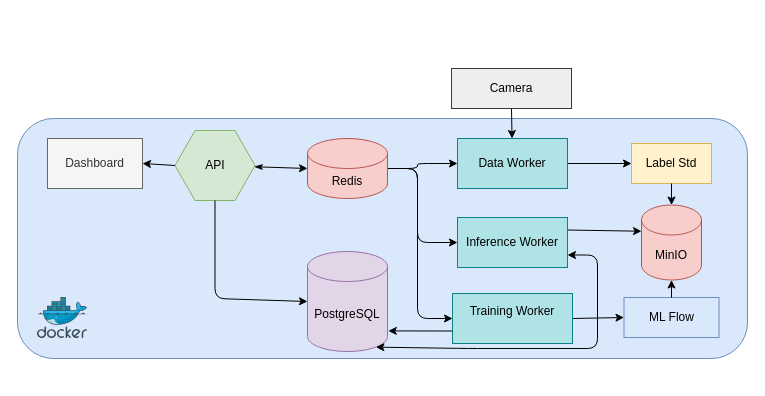
kkshaolin/Seafood keeps this draw.io diagram as diagrams/mini.drawio. Above is the earlier version. Source tidied: cells renumbered, new cells numbered last; positions are measured from the earlier drawing's top-left corner, leaving out a move shared by most shapes. Both pictures are drawn from the tidied source at 100%, with x=0, y=0 at pixel (17, 68).
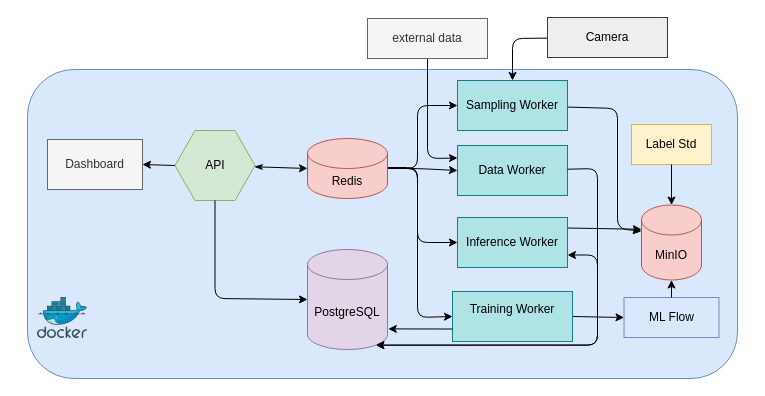
The same page after the edit.

The change refers to these unchanged cells:
```xml
<mxCell id="8" value="Redis" style="shape=cylinder3;whiteSpace=wrap;html=1;boundedLbl=1;backgroundOutline=1;size=15;fillColor=#f8cecc;strokeColor=#b85450;" parent="1" vertex="1">
  <mxGeometry x="290" y="70" width="80" height="60" as="geometry" />
</mxCell>
<mxCell id="13" value="MinIO" style="shape=cylinder3;whiteSpace=wrap;html=1;boundedLbl=1;backgroundOutline=1;size=15;fillColor=#f8cecc;strokeColor=#b85450;" parent="1" vertex="1">
  <mxGeometry x="624" y="136.5" width="60" height="75" as="geometry" />
</mxCell>
<mxCell id="18" value="Inference Worker" style="rounded=0;whiteSpace=wrap;html=1;fillColor=#b0e3e6;strokeColor=#0e8088;" parent="1" vertex="1">
  <mxGeometry x="440" y="149" width="110" height="50" as="geometry" />
</mxCell>
```

Diff of the diagram source:
```diff
@@
     <mxCell id="2" style="rounded=1;whiteSpace=wrap;html=1;fillColor=#dae8fc;strokeColor=#6c8ebf;" parent="1" vertex="1">
-      <mxGeometry y="50" width="730" height="240" as="geometry" />
+      <mxGeometry x="10" y="1" width="710" height="309" as="geometry" />
     </mxCell>
     <mxCell id="3" value="Dashboard" style="rounded=0;whiteSpace=wrap;html=1;fillColor=#f5f5f5;fontColor=#333333;strokeColor=#666666;" parent="1" vertex="1">
-      <mxGeometry x="30" y="70" width="95" height="50" as="geometry" />
+      <mxGeometry x="30" y="71" width="95" height="50" as="geometry" />
     </mxCell>
@@
     <mxCell id="5" style="edgeStyle=none;html=1;entryX=0;entryY=0.5;entryDx=0;entryDy=0;" parent="1" edge="1" source="8" target="15">
       <mxGeometry relative="1" as="geometry">
         <Array as="points">
           <mxPoint x="400" y="100" />
-          <mxPoint x="400" y="95" />
         </Array>
       </mxGeometry>
     </mxCell>
+    <mxCell id="7" style="edgeStyle=none;html=1;exitX=1;exitY=0.5;exitDx=0;exitDy=0;exitPerimeter=0;entryX=0;entryY=0.5;entryDx=0;entryDy=0;" parent="1" edge="1" target="17">
+      <mxGeometry relative="1" as="geometry">
+        <mxPoint x="370" y="99" as="sourcePoint" />
+        <Array as="points">
+          <mxPoint x="400" y="99" />
+          <mxPoint x="400" y="249" />
+        </Array>
+      </mxGeometry>
+    </mxCell>
+    <mxCell id="29" style="edgeStyle=none;html=1;exitX=1;exitY=0.5;exitDx=0;exitDy=0;exitPerimeter=0;entryX=0;entryY=0.5;entryDx=0;entryDy=0;" parent="1" edge="1" source="8" target="33">
+      <mxGeometry relative="1" as="geometry">
+        <Array as="points">
+          <mxPoint x="400" y="100" />
+          <mxPoint x="400" y="37" />
+        </Array>
+      </mxGeometry>
+    </mxCell>
-    <mxCell id="6" style="edgeStyle=none;html=1;entryX=0;entryY=0.5;entryDx=0;entryDy=0;" parent="1" edge="1" source="8" target="18">
+    <mxCell id="6" style="edgeStyle=none;html=1;exitX=1;exitY=0.5;exitDx=0;exitDy=0;exitPerimeter=0;entryX=0;entryY=0.5;entryDx=0;entryDy=0;" parent="1" edge="1" source="8" target="18">
       <mxGeometry relative="1" as="geometry">
         <Array as="points">
           <mxPoint x="400" y="100" />
           <mxPoint x="400" y="174" />
         </Array>
       </mxGeometry>
     </mxCell>
-    <mxCell id="7" style="edgeStyle=none;html=1;exitX=1;exitY=0.5;exitDx=0;exitDy=0;exitPerimeter=0;entryX=0;entryY=0.5;entryDx=0;entryDy=0;" parent="1" edge="1" source="8" target="17">
-      <mxGeometry relative="1" as="geometry">
-        <Array as="points">
-          <mxPoint x="400" y="100" />
-          <mxPoint x="400" y="250" />
-        </Array>
-      </mxGeometry>
-    </mxCell>
@@
-    <mxCell id="9" style="edgeStyle=none;html=1;exitX=0.5;exitY=1;exitDx=0;exitDy=0;" parent="1" edge="1" source="10" target="15">
-      <mxGeometry relative="1" as="geometry" />
-    </mxCell>
+    <mxCell id="30" style="edgeStyle=none;html=1;entryX=0.5;entryY=0;entryDx=0;entryDy=0;" parent="1" edge="1" source="10" target="33">
+      <mxGeometry x="-0.01" relative="1" as="geometry">
+        <Array as="points">
+          <mxPoint x="495" y="-30" />
+        </Array>
+      </mxGeometry>
+    </mxCell>
     <mxCell id="10" value="Camera" style="rounded=0;whiteSpace=wrap;html=1;fillColor=#eeeeee;strokeColor=#36393d;" parent="1" vertex="1">
-      <mxGeometry x="434" width="120" height="40" as="geometry" />
+      <mxGeometry x="530" y="-51" width="120" height="40" as="geometry" />
     </mxCell>
     <mxCell id="11" value="PostgreSQL" style="shape=cylinder3;whiteSpace=wrap;html=1;boundedLbl=1;backgroundOutline=1;size=15;fillColor=#e1d5e7;strokeColor=#9673a6;" parent="1" vertex="1">
-      <mxGeometry x="290" y="183" width="80" height="100" as="geometry" />
+      <mxGeometry x="290" y="181" width="80" height="100" as="geometry" />
     </mxCell>
-    <mxCell id="12" style="edgeStyle=none;html=1;entryX=1;entryY=0.25;entryDx=0;entryDy=0;exitX=0;exitY=0;exitDx=0;exitDy=26.25;exitPerimeter=0;startArrow=classic;startFill=1;endArrow=none;endFill=0;" parent="1" edge="1" source="13" target="18">
-      <mxGeometry relative="1" as="geometry" />
+    <mxCell id="12" style="edgeStyle=none;html=1;entryX=1;entryY=0.25;entryDx=0;entryDy=0;exitX=0;exitY=0;exitDx=0;exitDy=26.25;exitPerimeter=0;startArrow=classic;startFill=1;endArrow=none;endFill=0;" parent="1" edge="1">
+      <mxGeometry relative="1" as="geometry">
+        <mxPoint x="624" y="160.8" as="sourcePoint" />
+        <mxPoint x="550" y="159.5" as="targetPoint" />
+      </mxGeometry>
     </mxCell>
@@
-    <mxCell id="14" style="edgeStyle=none;html=1;exitX=1;exitY=0.5;exitDx=0;exitDy=0;entryX=0;entryY=0.5;entryDx=0;entryDy=0;" parent="1" edge="1" source="15" target="22">
-      <mxGeometry relative="1" as="geometry" />
-    </mxCell>
     <mxCell id="15" value="&lt;div&gt;&lt;span style=&quot;color: rgb(0, 0, 0); font-family: Helvetica; font-size: 12px; font-style: normal; font-variant-ligatures: normal; font-variant-caps: normal; font-weight: 400; letter-spacing: normal; orphans: 2; text-align: center; text-indent: 0px; text-transform: none; widows: 2; word-spacing: 0px; -webkit-text-stroke-width: 0px; white-space: normal; text-decoration-thickness: initial; text-decoration-style: initial; text-decoration-color: initial; float: none; display: inline !important;&quot;&gt;&lt;span style=&quot;color: rgb(0, 0, 0);&quot;&gt;Data Worker&lt;/span&gt;&lt;/span&gt;&lt;/div&gt;" style="rounded=0;whiteSpace=wrap;html=1;fillColor=#b0e3e6;strokeColor=#0e8088;gradientColor=none;" parent="1" vertex="1">
-      <mxGeometry x="440" y="70" width="110" height="50" as="geometry" />
+      <mxGeometry x="440" y="77" width="110" height="50" as="geometry" />
     </mxCell>
@@
     <mxCell id="17" value="&lt;span style=&quot;scrollbar-color: rgba(168, 169, 170, 0.52) rgb(18, 19, 20); float: none; display: inline !important; color: rgb(0, 0, 0);&quot;&gt;Training Worker&lt;/span&gt;&lt;div&gt;&lt;span style=&quot;scrollbar-color: rgba(168, 169, 170, 0.52) rgb(18, 19, 20); float: none; display: inline !important; color: rgb(0, 0, 0);&quot;&gt;&lt;br&gt;&lt;/span&gt;&lt;/div&gt;" style="rounded=0;whiteSpace=wrap;html=1;fillColor=#b0e3e6;strokeColor=#0e8088;" parent="1" vertex="1">
-      <mxGeometry x="435" y="225" width="120" height="50" as="geometry" />
+      <mxGeometry x="435" y="223" width="120" height="50" as="geometry" />
     </mxCell>
@@
     <mxCell id="22" value="Label Std" style="rounded=0;whiteSpace=wrap;html=1;fillColor=#fff2cc;strokeColor=#d6b656;" parent="1" vertex="1">
-      <mxGeometry x="614" y="75" width="80" height="40" as="geometry" />
+      <mxGeometry x="614" y="56" width="80" height="40" as="geometry" />
     </mxCell>
@@
     <mxCell id="27" style="edgeStyle=none;html=1;exitX=1;exitY=0.75;exitDx=0;exitDy=0;startArrow=classic;startFill=1;entryX=0.855;entryY=1;entryDx=0;entryDy=-4.35;entryPerimeter=0;" parent="1" edge="1" source="18" target="11">
       <mxGeometry relative="1" as="geometry">
         <Array as="points">
           <mxPoint x="580" y="186.5" />
-          <mxPoint x="580" y="280" />
-          <mxPoint x="450" y="280" />
+          <mxPoint x="580" y="276.6" />
         </Array>
       </mxGeometry>
     </mxCell>
@@
+    <mxCell id="31" style="edgeStyle=none;html=1;entryX=0;entryY=0.25;entryDx=0;entryDy=0;" parent="1" edge="1" source="32" target="15">
+      <mxGeometry x="0.09" relative="1" as="geometry">
+        <Array as="points">
+          <mxPoint x="410" y="40" />
+          <mxPoint x="410" y="90" />
+        </Array>
+      </mxGeometry>
+    </mxCell>
+    <mxCell id="32" value="external data" style="rounded=0;whiteSpace=wrap;html=1;fillColor=#f5f5f5;fontColor=#333333;strokeColor=#666666;" parent="1" vertex="1">
+      <mxGeometry x="350" y="-50" width="120" height="40" as="geometry" />
+    </mxCell>
+    <mxCell id="33" value="&lt;div&gt;&lt;font color=&quot;#000000&quot;&gt;Sampling Worker&lt;/font&gt;&lt;/div&gt;" style="rounded=0;whiteSpace=wrap;html=1;fillColor=#b0e3e6;strokeColor=#0e8088;gradientColor=none;" parent="1" vertex="1">
+      <mxGeometry x="440" y="12" width="110" height="50" as="geometry" />
+    </mxCell>
+    <mxCell id="34" style="edgeStyle=none;html=1;entryX=0;entryY=0;entryDx=0;entryDy=26.25;entryPerimeter=0;" parent="1" edge="1" source="33" target="13">
+      <mxGeometry relative="1" as="geometry">
+        <Array as="points">
+          <mxPoint x="600" y="40" />
+          <mxPoint x="600" y="160" />
+        </Array>
+      </mxGeometry>
+    </mxCell>
+    <mxCell id="35" style="edgeStyle=none;html=1;entryX=0.855;entryY=1;entryDx=0;entryDy=-4.35;entryPerimeter=0;" parent="1" edge="1" source="15" target="11">
+      <mxGeometry x="0.09" relative="1" as="geometry">
+        <Array as="points">
+          <mxPoint x="580" y="100" />
+          <mxPoint x="580" y="276.6" />
+        </Array>
+      </mxGeometry>
+    </mxCell>
```
